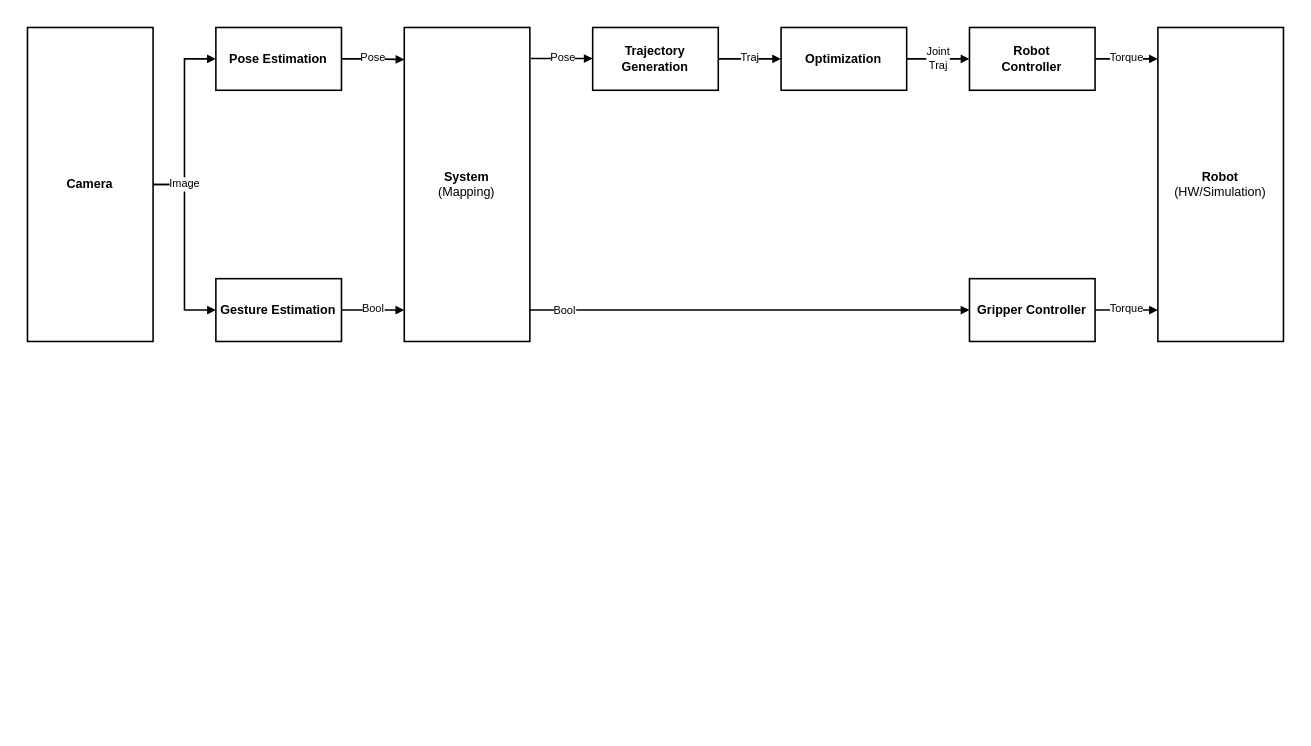
Before: teleop_grasp/assets/graphics/teleop-grasp-pipeline.drawio in teleop-grasp/teleop_grasp, a draw.io diagram. Source tidied: cells renumbered, new cells numbered last; positions are measured from the earlier drawing's top-left corner, leaving out a move shared by most shapes. Both pictures are drawn from the tidied source at 157%, with x=0, y=0 at pixel (27, 27).
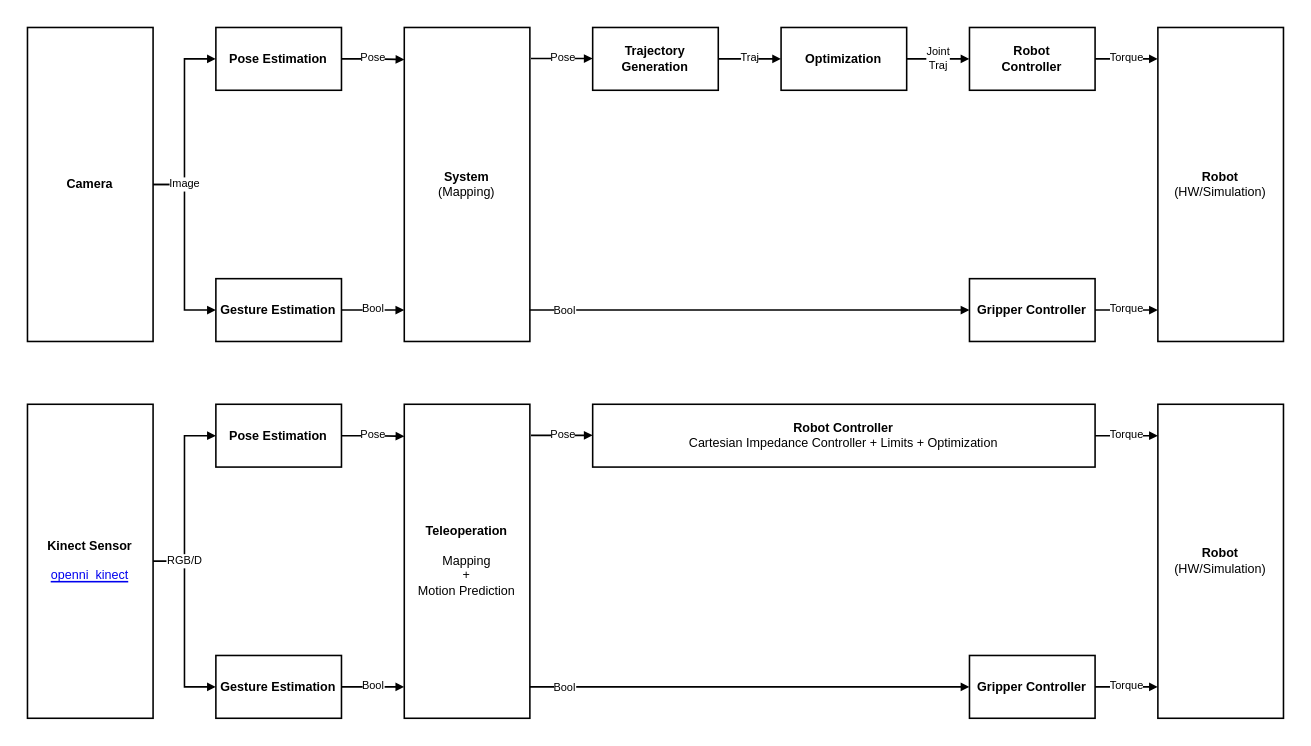
The same diagram, later.

Commit message (it also covers changes not shown here):
update pipeline flowchart

What changed in the source:
```diff
@@
+    <mxCell id="22" value="Kinect Sensor&lt;br&gt;&lt;br&gt;&lt;a class=&quot;backlink&quot; href=&quot;https://wiki.ros.org/action/fullsearch/openni_kinect?action=fullsearch&amp;amp;context=180&amp;amp;value=linkto%3A%22openni_kinect%22&quot; title=&quot;Click to do a full-text search for this title&quot; style=&quot;font-weight: normal&quot;&gt;openni_kinect&lt;/a&gt;" style="rounded=0;whiteSpace=wrap;html=1;fontSize=8;labelBackgroundColor=default;endArrow=block;startArrow=none;startFill=0;endFill=1;endSize=3;fontStyle=1;strokeWidth=1;" parent="1" vertex="1">
+      <mxGeometry y="240" width="80" height="200" as="geometry" />
+    </mxCell>
+    <mxCell id="23" value="Pose Estimation" style="rounded=0;whiteSpace=wrap;html=1;fontSize=8;labelBackgroundColor=default;endArrow=block;startArrow=none;startFill=0;endFill=1;endSize=3;fontStyle=1;strokeWidth=1;" parent="1" vertex="1">
+      <mxGeometry x="120" y="240" width="80" height="40" as="geometry" />
+    </mxCell>
+    <mxCell id="24" value="Teleoperation&lt;br&gt;&lt;br style=&quot;font-size: 8px&quot;&gt;&lt;span style=&quot;font-weight: normal&quot;&gt;Mapping&lt;br&gt;+&lt;br&gt;Motion Prediction&lt;/span&gt;" style="rounded=0;whiteSpace=wrap;html=1;fontSize=8;labelBackgroundColor=default;endArrow=block;startArrow=none;startFill=0;endFill=1;endSize=3;fontStyle=1;strokeWidth=1;" parent="1" vertex="1">
+      <mxGeometry x="240" y="240" width="80" height="200" as="geometry" />
+    </mxCell>
+    <mxCell id="25" value="Pose" style="edgeStyle=orthogonalEdgeStyle;rounded=0;jettySize=auto;html=1;fontSize=7;startArrow=none;startFill=0;endArrow=block;endFill=1;strokeWidth=1;endSize=3;exitX=1;exitY=0.5;exitDx=0;exitDy=0;entryX=0.001;entryY=0.102;entryDx=0;entryDy=0;entryPerimeter=0;" parent="1" edge="1" source="23" target="24">
+      <mxGeometry relative="1" as="geometry" />
+    </mxCell>
+    <mxCell id="26" value="Pose" style="edgeStyle=orthogonalEdgeStyle;rounded=0;jettySize=auto;html=1;fontSize=7;endArrow=block;startArrow=none;startFill=0;endFill=1;endSize=3;entryX=0;entryY=0.5;entryDx=0;entryDy=0;exitX=1.009;exitY=0.099;exitDx=0;exitDy=0;exitPerimeter=0;spacing=2;strokeWidth=1;" parent="1" edge="1" source="24">
+      <mxGeometry relative="1" as="geometry">
+        <mxPoint x="360" y="260" as="targetPoint" />
+      </mxGeometry>
+    </mxCell>
+    <mxCell id="27" value="Traj" style="edgeStyle=orthogonalEdgeStyle;rounded=0;orthogonalLoop=1;jettySize=auto;html=1;fontSize=7;startArrow=none;startFill=0;endArrow=block;endFill=1;endSize=3;strokeWidth=1;" parent="1" edge="1">
+      <mxGeometry relative="1" as="geometry">
+        <mxPoint x="440" y="260" as="sourcePoint" />
+      </mxGeometry>
+    </mxCell>
+    <mxCell id="28" value="Bool" style="edgeStyle=orthogonalEdgeStyle;rounded=0;jettySize=auto;html=1;fontSize=7;startArrow=none;startFill=0;endArrow=block;endFill=1;entryX=0;entryY=0.9;entryDx=0;entryDy=0;entryPerimeter=0;endSize=3;strokeWidth=1;" parent="1" edge="1" source="29" target="24">
+      <mxGeometry relative="1" as="geometry" />
+    </mxCell>
+    <mxCell id="29" value="Gesture Estimation" style="rounded=0;whiteSpace=wrap;html=1;fontSize=8;labelBackgroundColor=default;endArrow=block;startArrow=none;startFill=0;endFill=1;endSize=3;fontStyle=1;strokeWidth=1;" parent="1" vertex="1">
+      <mxGeometry x="120" y="400" width="80" height="40" as="geometry" />
+    </mxCell>
+    <mxCell id="30" style="edgeStyle=orthogonalEdgeStyle;rounded=0;jettySize=auto;html=1;entryX=0;entryY=0.5;entryDx=0;entryDy=0;fontSize=7;startArrow=none;startFill=0;endArrow=block;endFill=1;endSize=3;strokeWidth=1;" parent="1" edge="1" source="22" target="29">
+      <mxGeometry relative="1" as="geometry" />
+    </mxCell>
+    <mxCell id="31" value="Robot Controller&lt;br&gt;&lt;span style=&quot;font-weight: normal&quot;&gt;Cartesian Impedance Controller + Limits + Optimization&lt;/span&gt;" style="rounded=0;whiteSpace=wrap;html=1;fontSize=8;labelBackgroundColor=default;endArrow=block;startArrow=none;startFill=0;endFill=1;endSize=3;fontStyle=1;strokeWidth=1;" parent="1" vertex="1">
+      <mxGeometry x="360" y="240" width="320" height="40" as="geometry" />
+    </mxCell>
+    <mxCell id="32" value="Gripper Controller" style="rounded=0;whiteSpace=wrap;html=1;fontSize=8;labelBackgroundColor=default;endArrow=block;startArrow=none;startFill=0;endFill=1;endSize=3;fontStyle=1;strokeWidth=1;" parent="1" vertex="1">
+      <mxGeometry x="600" y="400" width="80" height="40" as="geometry" />
+    </mxCell>
+    <mxCell id="33" style="edgeStyle=orthogonalEdgeStyle;rounded=0;jettySize=auto;html=1;entryX=0;entryY=0.5;entryDx=0;entryDy=0;fontSize=7;startArrow=none;startFill=0;endArrow=block;endFill=1;endSize=3;strokeWidth=1;spacing=2;" parent="1" edge="1" source="24" target="32">
+      <mxGeometry relative="1" as="geometry">
+        <Array as="points">
+          <mxPoint x="350" y="420" />
+          <mxPoint x="350" y="420" />
+        </Array>
+      </mxGeometry>
+    </mxCell>
+    <mxCell id="34" value="Bool&lt;br style=&quot;font-size: 7px;&quot;&gt;" style="edgeLabel;html=1;align=center;verticalAlign=middle;fontSize=7;" parent="33" vertex="1">
+      <mxGeometry x="-0.06" y="1" relative="1" as="geometry">
+        <mxPoint x="-111" y="1" as="offset" />
+      </mxGeometry>
+    </mxCell>
+    <mxCell id="35" value="Robot&lt;br&gt;&lt;span style=&quot;font-weight: normal&quot;&gt;(HW/Simulation)&lt;/span&gt;" style="rounded=0;whiteSpace=wrap;html=1;fontSize=8;labelBackgroundColor=default;endArrow=block;startArrow=none;startFill=0;endFill=1;endSize=3;fontStyle=1;strokeWidth=1;" parent="1" vertex="1">
+      <mxGeometry x="720" y="240" width="80" height="200" as="geometry" />
+    </mxCell>
+    <mxCell id="36" value="Torque" style="edgeStyle=orthogonalEdgeStyle;rounded=0;jettySize=auto;html=1;fontSize=7;endArrow=block;startArrow=none;startFill=0;endFill=1;endSize=3;entryX=0;entryY=0.1;entryDx=0;entryDy=0;entryPerimeter=0;strokeWidth=1;" parent="1" edge="1" source="31" target="35">
+      <mxGeometry relative="1" as="geometry" />
+    </mxCell>
+    <mxCell id="37" value="Torque" style="edgeStyle=orthogonalEdgeStyle;rounded=0;jettySize=auto;html=1;fontSize=7;endArrow=block;startArrow=none;startFill=0;endFill=1;endSize=3;strokeWidth=1;" parent="1" edge="1" source="32" target="35">
+      <mxGeometry relative="1" as="geometry">
+        <Array as="points">
+          <mxPoint x="710" y="420" />
+          <mxPoint x="710" y="420" />
+        </Array>
+      </mxGeometry>
+    </mxCell>
+    <mxCell id="38" value="RGB/D" style="edgeStyle=orthogonalEdgeStyle;rounded=0;jettySize=auto;html=1;fontSize=7;exitX=1;exitY=0.5;exitDx=0;exitDy=0;endArrow=block;startArrow=none;startFill=0;endFill=1;endSize=3;strokeWidth=1;" parent="1" edge="1" source="22">
+      <mxGeometry x="-0.67" relative="1" as="geometry">
+        <mxPoint x="120" y="260" as="targetPoint" />
+        <Array as="points">
+          <mxPoint x="100" y="340" />
+          <mxPoint x="100" y="260" />
+        </Array>
+      </mxGeometry>
+    </mxCell>
```
